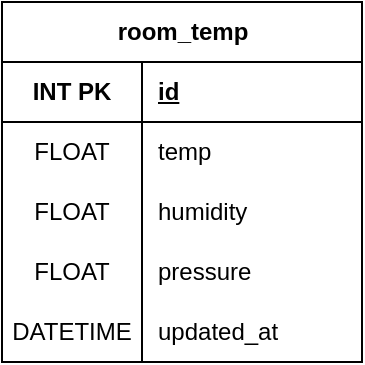
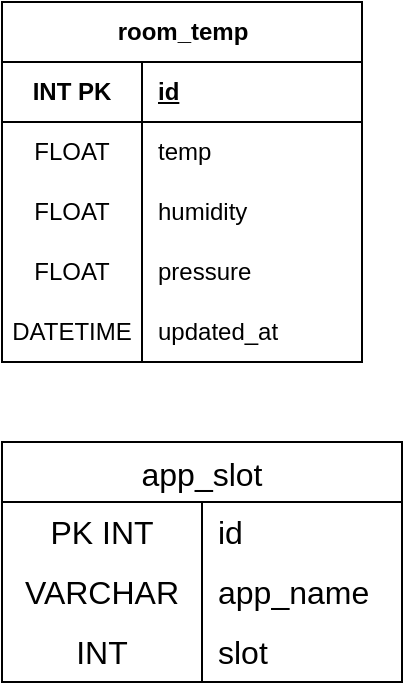
<mxfile host="65bd71144e">
    <diagram name="ページ-1" id="SbcNM0D-zDelLZ6IsNJb">
-         <mxGraphModel dx="750" dy="290" grid="1" gridSize="10" guides="1" tooltips="1" connect="1" arrows="1" fold="1" page="1" pageScale="1" pageWidth="827" pageHeight="1169" math="0" shadow="0">
+         <mxGraphModel dx="963" dy="524" grid="1" gridSize="10" guides="1" tooltips="1" connect="1" arrows="1" fold="1" page="1" pageScale="1" pageWidth="827" pageHeight="1169" math="0" shadow="0">
            <root>
                <mxCell id="0"/>
                <mxCell id="1" parent="0"/>
                <mxCell id="oo5Jvuh3Wgflxile7hsF-1" value="room_temp" style="shape=table;startSize=30;container=1;collapsible=1;childLayout=tableLayout;fixedRows=1;rowLines=0;fontStyle=1;align=center;resizeLast=1;html=1;" parent="1" vertex="1">
                    <mxGeometry x="40" y="40" width="180" height="180" as="geometry"/>
                </mxCell>
                <mxCell id="oo5Jvuh3Wgflxile7hsF-2" value="" style="shape=tableRow;horizontal=0;startSize=0;swimlaneHead=0;swimlaneBody=0;fillColor=none;collapsible=0;dropTarget=0;points=[[0,0.5],[1,0.5]];portConstraint=eastwest;top=0;left=0;right=0;bottom=1;" parent="oo5Jvuh3Wgflxile7hsF-1" vertex="1">
                    <mxGeometry y="30" width="180" height="30" as="geometry"/>
                </mxCell>
                <mxCell id="oo5Jvuh3Wgflxile7hsF-3" value="INT PK" style="shape=partialRectangle;connectable=0;fillColor=none;top=0;left=0;bottom=0;right=0;fontStyle=1;overflow=hidden;whiteSpace=wrap;html=1;" parent="oo5Jvuh3Wgflxile7hsF-2" vertex="1">
                    <mxGeometry width="70" height="30" as="geometry">
                        <mxRectangle width="70" height="30" as="alternateBounds"/>
                    </mxGeometry>
                </mxCell>
                <mxCell id="oo5Jvuh3Wgflxile7hsF-4" value="id" style="shape=partialRectangle;connectable=0;fillColor=none;top=0;left=0;bottom=0;right=0;align=left;spacingLeft=6;fontStyle=5;overflow=hidden;whiteSpace=wrap;html=1;" parent="oo5Jvuh3Wgflxile7hsF-2" vertex="1">
                    <mxGeometry x="70" width="110" height="30" as="geometry">
                        <mxRectangle width="110" height="30" as="alternateBounds"/>
                    </mxGeometry>
                </mxCell>
                <mxCell id="oo5Jvuh3Wgflxile7hsF-5" value="" style="shape=tableRow;horizontal=0;startSize=0;swimlaneHead=0;swimlaneBody=0;fillColor=none;collapsible=0;dropTarget=0;points=[[0,0.5],[1,0.5]];portConstraint=eastwest;top=0;left=0;right=0;bottom=0;" parent="oo5Jvuh3Wgflxile7hsF-1" vertex="1">
                    <mxGeometry y="60" width="180" height="30" as="geometry"/>
                </mxCell>
                <mxCell id="oo5Jvuh3Wgflxile7hsF-6" value="FLOAT" style="shape=partialRectangle;connectable=0;fillColor=none;top=0;left=0;bottom=0;right=0;editable=1;overflow=hidden;whiteSpace=wrap;html=1;" parent="oo5Jvuh3Wgflxile7hsF-5" vertex="1">
                    <mxGeometry width="70" height="30" as="geometry">
                        <mxRectangle width="70" height="30" as="alternateBounds"/>
                    </mxGeometry>
                </mxCell>
                <mxCell id="oo5Jvuh3Wgflxile7hsF-7" value="temp" style="shape=partialRectangle;connectable=0;fillColor=none;top=0;left=0;bottom=0;right=0;align=left;spacingLeft=6;overflow=hidden;whiteSpace=wrap;html=1;" parent="oo5Jvuh3Wgflxile7hsF-5" vertex="1">
                    <mxGeometry x="70" width="110" height="30" as="geometry">
                        <mxRectangle width="110" height="30" as="alternateBounds"/>
                    </mxGeometry>
                </mxCell>
                <mxCell id="oo5Jvuh3Wgflxile7hsF-8" value="" style="shape=tableRow;horizontal=0;startSize=0;swimlaneHead=0;swimlaneBody=0;fillColor=none;collapsible=0;dropTarget=0;points=[[0,0.5],[1,0.5]];portConstraint=eastwest;top=0;left=0;right=0;bottom=0;" parent="oo5Jvuh3Wgflxile7hsF-1" vertex="1">
                    <mxGeometry y="90" width="180" height="30" as="geometry"/>
                </mxCell>
                <mxCell id="oo5Jvuh3Wgflxile7hsF-9" value="FLOAT" style="shape=partialRectangle;connectable=0;fillColor=none;top=0;left=0;bottom=0;right=0;editable=1;overflow=hidden;whiteSpace=wrap;html=1;" parent="oo5Jvuh3Wgflxile7hsF-8" vertex="1">
                    <mxGeometry width="70" height="30" as="geometry">
                        <mxRectangle width="70" height="30" as="alternateBounds"/>
                    </mxGeometry>
                </mxCell>
                <mxCell id="oo5Jvuh3Wgflxile7hsF-10" value="humidity" style="shape=partialRectangle;connectable=0;fillColor=none;top=0;left=0;bottom=0;right=0;align=left;spacingLeft=6;overflow=hidden;whiteSpace=wrap;html=1;" parent="oo5Jvuh3Wgflxile7hsF-8" vertex="1">
                    <mxGeometry x="70" width="110" height="30" as="geometry">
                        <mxRectangle width="110" height="30" as="alternateBounds"/>
                    </mxGeometry>
                </mxCell>
                <mxCell id="oo5Jvuh3Wgflxile7hsF-11" value="" style="shape=tableRow;horizontal=0;startSize=0;swimlaneHead=0;swimlaneBody=0;fillColor=none;collapsible=0;dropTarget=0;points=[[0,0.5],[1,0.5]];portConstraint=eastwest;top=0;left=0;right=0;bottom=0;" parent="oo5Jvuh3Wgflxile7hsF-1" vertex="1">
                    <mxGeometry y="120" width="180" height="30" as="geometry"/>
                </mxCell>
                <mxCell id="oo5Jvuh3Wgflxile7hsF-12" value="FLOAT" style="shape=partialRectangle;connectable=0;fillColor=none;top=0;left=0;bottom=0;right=0;editable=1;overflow=hidden;whiteSpace=wrap;html=1;" parent="oo5Jvuh3Wgflxile7hsF-11" vertex="1">
                    <mxGeometry width="70" height="30" as="geometry">
                        <mxRectangle width="70" height="30" as="alternateBounds"/>
                    </mxGeometry>
                </mxCell>
                <mxCell id="oo5Jvuh3Wgflxile7hsF-13" value="pressure" style="shape=partialRectangle;connectable=0;fillColor=none;top=0;left=0;bottom=0;right=0;align=left;spacingLeft=6;overflow=hidden;whiteSpace=wrap;html=1;" parent="oo5Jvuh3Wgflxile7hsF-11" vertex="1">
                    <mxGeometry x="70" width="110" height="30" as="geometry">
                        <mxRectangle width="110" height="30" as="alternateBounds"/>
                    </mxGeometry>
                </mxCell>
                <mxCell id="oo5Jvuh3Wgflxile7hsF-14" style="shape=tableRow;horizontal=0;startSize=0;swimlaneHead=0;swimlaneBody=0;fillColor=none;collapsible=0;dropTarget=0;points=[[0,0.5],[1,0.5]];portConstraint=eastwest;top=0;left=0;right=0;bottom=0;" parent="oo5Jvuh3Wgflxile7hsF-1" vertex="1">
                    <mxGeometry y="150" width="180" height="30" as="geometry"/>
                </mxCell>
                <mxCell id="oo5Jvuh3Wgflxile7hsF-15" value="DATETIME" style="shape=partialRectangle;connectable=0;fillColor=none;top=0;left=0;bottom=0;right=0;editable=1;overflow=hidden;whiteSpace=wrap;html=1;" parent="oo5Jvuh3Wgflxile7hsF-14" vertex="1">
                    <mxGeometry width="70" height="30" as="geometry">
                        <mxRectangle width="70" height="30" as="alternateBounds"/>
                    </mxGeometry>
                </mxCell>
                <mxCell id="oo5Jvuh3Wgflxile7hsF-16" value="updated_at" style="shape=partialRectangle;connectable=0;fillColor=none;top=0;left=0;bottom=0;right=0;align=left;spacingLeft=6;overflow=hidden;whiteSpace=wrap;html=1;" parent="oo5Jvuh3Wgflxile7hsF-14" vertex="1">
                    <mxGeometry x="70" width="110" height="30" as="geometry">
                        <mxRectangle width="110" height="30" as="alternateBounds"/>
                    </mxGeometry>
                </mxCell>
+                 <mxCell id="2" value="app_slot" style="shape=table;startSize=30;container=1;collapsible=0;childLayout=tableLayout;fixedRows=1;rowLines=0;fontStyle=0;strokeColor=default;fontSize=16;" vertex="1" parent="1">
+                     <mxGeometry x="40" y="260" width="200" height="120" as="geometry"/>
+                 </mxCell>
+                 <mxCell id="3" value="" style="shape=tableRow;horizontal=0;startSize=0;swimlaneHead=0;swimlaneBody=0;top=0;left=0;bottom=0;right=0;collapsible=0;dropTarget=0;fillColor=none;points=[[0,0.5],[1,0.5]];portConstraint=eastwest;strokeColor=inherit;fontSize=16;" vertex="1" parent="2">
+                     <mxGeometry y="30" width="200" height="30" as="geometry"/>
+                 </mxCell>
+                 <mxCell id="4" value="PK INT" style="shape=partialRectangle;html=1;whiteSpace=wrap;connectable=0;fillColor=none;top=0;left=0;bottom=0;right=0;overflow=hidden;pointerEvents=1;strokeColor=inherit;fontSize=16;" vertex="1" parent="3">
+                     <mxGeometry width="100" height="30" as="geometry">
+                         <mxRectangle width="100" height="30" as="alternateBounds"/>
+                     </mxGeometry>
+                 </mxCell>
+                 <mxCell id="5" value="id" style="shape=partialRectangle;html=1;whiteSpace=wrap;connectable=0;fillColor=none;top=0;left=0;bottom=0;right=0;align=left;spacingLeft=6;overflow=hidden;strokeColor=inherit;fontSize=16;" vertex="1" parent="3">
+                     <mxGeometry x="100" width="100" height="30" as="geometry">
+                         <mxRectangle width="100" height="30" as="alternateBounds"/>
+                     </mxGeometry>
+                 </mxCell>
+                 <mxCell id="6" value="" style="shape=tableRow;horizontal=0;startSize=0;swimlaneHead=0;swimlaneBody=0;top=0;left=0;bottom=0;right=0;collapsible=0;dropTarget=0;fillColor=none;points=[[0,0.5],[1,0.5]];portConstraint=eastwest;strokeColor=inherit;fontSize=16;" vertex="1" parent="2">
+                     <mxGeometry y="60" width="200" height="30" as="geometry"/>
+                 </mxCell>
+                 <mxCell id="7" value="VARCHAR" style="shape=partialRectangle;html=1;whiteSpace=wrap;connectable=0;fillColor=none;top=0;left=0;bottom=0;right=0;overflow=hidden;strokeColor=inherit;fontSize=16;" vertex="1" parent="6">
+                     <mxGeometry width="100" height="30" as="geometry">
+                         <mxRectangle width="100" height="30" as="alternateBounds"/>
+                     </mxGeometry>
+                 </mxCell>
+                 <mxCell id="8" value="app_name" style="shape=partialRectangle;html=1;whiteSpace=wrap;connectable=0;fillColor=none;top=0;left=0;bottom=0;right=0;align=left;spacingLeft=6;overflow=hidden;strokeColor=inherit;fontSize=16;" vertex="1" parent="6">
+                     <mxGeometry x="100" width="100" height="30" as="geometry">
+                         <mxRectangle width="100" height="30" as="alternateBounds"/>
+                     </mxGeometry>
+                 </mxCell>
+                 <mxCell id="9" value="" style="shape=tableRow;horizontal=0;startSize=0;swimlaneHead=0;swimlaneBody=0;top=0;left=0;bottom=0;right=0;collapsible=0;dropTarget=0;fillColor=none;points=[[0,0.5],[1,0.5]];portConstraint=eastwest;strokeColor=inherit;fontSize=16;" vertex="1" parent="2">
+                     <mxGeometry y="90" width="200" height="30" as="geometry"/>
+                 </mxCell>
+                 <mxCell id="10" value="INT" style="shape=partialRectangle;html=1;whiteSpace=wrap;connectable=0;fillColor=none;top=0;left=0;bottom=0;right=0;overflow=hidden;strokeColor=inherit;fontSize=16;" vertex="1" parent="9">
+                     <mxGeometry width="100" height="30" as="geometry">
+                         <mxRectangle width="100" height="30" as="alternateBounds"/>
+                     </mxGeometry>
+                 </mxCell>
+                 <mxCell id="11" value="slot" style="shape=partialRectangle;html=1;whiteSpace=wrap;connectable=0;fillColor=none;top=0;left=0;bottom=0;right=0;align=left;spacingLeft=6;overflow=hidden;strokeColor=inherit;fontSize=16;" vertex="1" parent="9">
+                     <mxGeometry x="100" width="100" height="30" as="geometry">
+                         <mxRectangle width="100" height="30" as="alternateBounds"/>
+                     </mxGeometry>
+                 </mxCell>
            </root>
        </mxGraphModel>
    </diagram>
</mxfile>